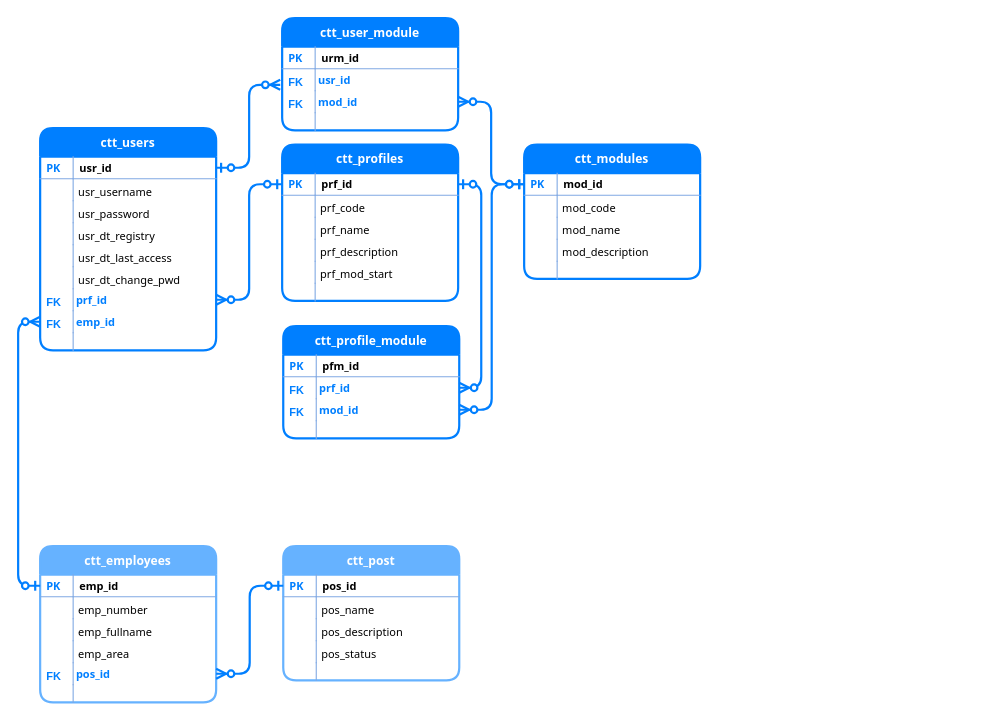
Earlier version of the draw.io diagram _desarrollo/archivos_info/CTTRentals entidad relacion.drawio (juarezjorr/TesteoCire). Source tidied: cells renumbered, new cells numbered last; positions are measured from the earlier drawing's top-left corner, leaving out a move shared by most shapes. Both pictures are drawn from the tidied source at 110%, with x=0, y=0 at pixel (40, 18).
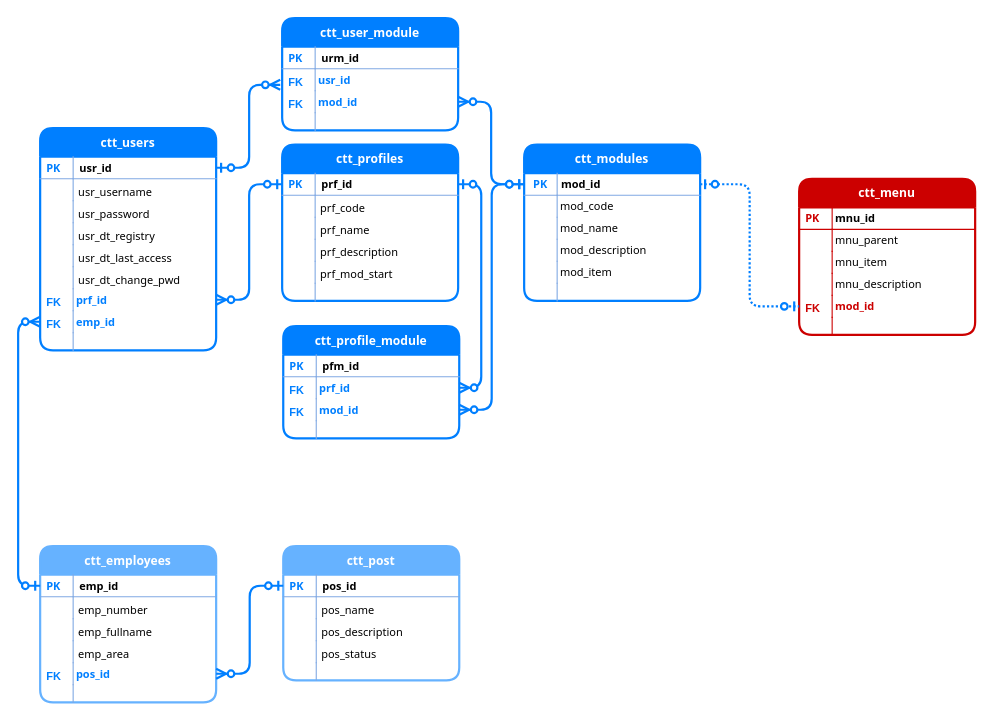
The same diagram, later.

Commit message:
diagrama entidad-relacion

What changed in the source:
```diff
@@
     <mxCell id="34" value="ctt_modules" style="swimlane;fontStyle=1;horizontal=1;startSize=26;fillColor=#007FFF;swimlaneFillColor=#ffffff;align=center;fontSize=11;strokeColor=#007FFF;strokeWidth=2;rounded=1;fontColor=#FFFFFF;fontFamily=Tahoma;" parent="1" vertex="1">
-      <mxGeometry x="440" y="115" width="160" height="122" as="geometry" />
+      <mxGeometry x="440" y="115" width="160" height="142" as="geometry" />
     </mxCell>
-    <mxCell id="35" value="mod_id" style="shape=partialRectangle;top=0;left=0;right=0;bottom=1;align=left;verticalAlign=middle;fillColor=none;spacingLeft=34;spacingRight=4;overflow=hidden;points=[[0,0.5],[1,0.5]];portConstraint=eastwest;fontStyle=1;fontSize=10;fontFamily=Tahoma;strokeColor=#80A9E3;" parent="34" vertex="1">
+    <mxCell id="35" value="mod_id" style="shape=partialRectangle;top=0;left=0;right=0;bottom=1;align=left;verticalAlign=middle;fillColor=none;spacingLeft=34;spacingRight=4;overflow=hidden;points=[[0,0.5],[1,0.5]];portConstraint=eastwest;fontStyle=1;fontSize=10;fontFamily=Tahoma;strokeColor=#80A9E3;spacing=0;" parent="34" vertex="1">
       <mxGeometry y="26" width="160" height="20" as="geometry" />
     </mxCell>
-    <mxCell id="36" value="PK" style="shape=partialRectangle;top=0;left=0;bottom=0;fillColor=none;align=left;verticalAlign=middle;spacingLeft=4;spacingRight=4;overflow=hidden;fontSize=10;fontFamily=Tahoma;fontStyle=1;fontColor=#007FFF;strokeColor=#80A9E3;" parent="35" vertex="1">
+    <mxCell id="36" value="PK" style="shape=partialRectangle;top=0;left=0;bottom=0;fillColor=none;align=center;verticalAlign=middle;spacingLeft=0;spacingRight=0;overflow=hidden;fontSize=10;fontFamily=Tahoma;fontStyle=1;fontColor=#007FFF;strokeColor=#80A9E3;spacing=3;" parent="35" vertex="1">
       <mxGeometry width="30" height="20" as="geometry" />
     </mxCell>
-    <mxCell id="37" value="mod_code" style="shape=partialRectangle;top=0;left=0;right=0;bottom=0;align=left;verticalAlign=top;fillColor=none;spacingLeft=33;spacingRight=3;overflow=hidden;fontSize=10;fontFamily=Tahoma;spacing=2;dashed=1;strokeColor=#80A9E3;" parent="34" vertex="1">
+    <mxCell id="37" value="mod_code" style="shape=partialRectangle;top=0;left=0;right=0;bottom=0;align=left;verticalAlign=top;fillColor=none;spacingLeft=33;spacingRight=3;overflow=hidden;fontSize=10;fontFamily=Tahoma;spacing=0;dashed=1;strokeColor=#80A9E3;" parent="34" vertex="1">
       <mxGeometry y="46" width="160" height="20" as="geometry" />
     </mxCell>
@@
-    <mxCell id="39" value="mod_name" style="shape=partialRectangle;top=0;left=0;right=0;bottom=0;align=left;verticalAlign=top;fillColor=none;spacingLeft=33;spacingRight=3;overflow=hidden;fontSize=10;fontFamily=Tahoma;spacing=2;strokeColor=#80A9E3;dashed=1;" parent="34" vertex="1">
+    <mxCell id="39" value="mod_name" style="shape=partialRectangle;top=0;left=0;right=0;bottom=0;align=left;verticalAlign=top;fillColor=none;spacingLeft=33;spacingRight=3;overflow=hidden;fontSize=10;fontFamily=Tahoma;spacing=0;strokeColor=#80A9E3;dashed=1;" parent="34" vertex="1">
       <mxGeometry y="66" width="160" height="20" as="geometry" />
     </mxCell>
@@
-    <mxCell id="41" value="mod_description" style="shape=partialRectangle;top=0;left=0;right=0;bottom=0;align=left;verticalAlign=top;fillColor=none;spacingLeft=33;spacingRight=3;overflow=hidden;fontSize=10;fontFamily=Tahoma;spacing=2;" parent="34" vertex="1">
+    <mxCell id="41" value="mod_description" style="shape=partialRectangle;top=0;left=0;right=0;bottom=0;align=left;verticalAlign=top;fillColor=none;spacingLeft=33;spacingRight=3;overflow=hidden;fontSize=10;fontFamily=Tahoma;spacing=0;" parent="34" vertex="1">
       <mxGeometry y="86" width="160" height="20" as="geometry" />
     </mxCell>
@@
+    <mxCell id="94" value="mod_item" style="shape=partialRectangle;top=0;left=0;right=0;bottom=0;align=left;verticalAlign=top;fillColor=none;spacingLeft=33;spacingRight=3;overflow=hidden;fontSize=10;fontFamily=Tahoma;spacing=0;" parent="34" vertex="1">
+      <mxGeometry y="106" width="160" height="20" as="geometry" />
+    </mxCell>
+    <mxCell id="95" style="shape=partialRectangle;top=0;left=0;bottom=0;fillColor=none;align=left;verticalAlign=top;spacingLeft=4;spacingRight=4;overflow=hidden;fontSize=12;strokeColor=#80A9E3;" parent="94" vertex="1">
+      <mxGeometry width="30" height="20" as="geometry" />
+    </mxCell>
     <mxCell id="43" style="shape=partialRectangle;top=0;left=0;right=0;bottom=0;align=left;verticalAlign=top;fillColor=none;spacingLeft=33;spacingRight=3;overflow=hidden;fontSize=10;fontFamily=Tahoma;spacing=2;" parent="34" vertex="1">
-      <mxGeometry y="106" width="160" height="16" as="geometry" />
+      <mxGeometry y="126" width="160" height="16" as="geometry" />
     </mxCell>
@@
+    <mxCell id="96" value="ctt_menu" style="swimlane;fontStyle=1;horizontal=1;startSize=26;fillColor=#CC0000;swimlaneFillColor=#ffffff;align=center;fontSize=11;strokeColor=#CC0000;strokeWidth=2;rounded=1;fontColor=#FFFFFF;fontFamily=Tahoma;" parent="1" vertex="1">
+      <mxGeometry x="690" y="146" width="160" height="142" as="geometry" />
+    </mxCell>
+    <mxCell id="97" value="mnu_id" style="shape=partialRectangle;top=0;left=0;right=0;bottom=1;align=left;verticalAlign=middle;fillColor=none;spacingLeft=33;spacingRight=4;overflow=hidden;fontStyle=1;fontSize=10;fontFamily=Tahoma;strokeColor=#CC0000;spacing=0;" parent="96" vertex="1">
+      <mxGeometry y="26" width="160" height="20" as="geometry" />
+    </mxCell>
+    <mxCell id="98" value="PK" style="shape=partialRectangle;top=0;left=0;bottom=0;fillColor=none;align=left;verticalAlign=middle;spacingLeft=4;spacingRight=4;overflow=hidden;fontSize=10;fontFamily=Tahoma;fontStyle=1;fontColor=#CC0000;strokeColor=#CC0000;" parent="97" vertex="1">
+      <mxGeometry width="30" height="20" as="geometry" />
+    </mxCell>
+    <mxCell id="99" value="mnu_parent" style="shape=partialRectangle;top=0;left=0;right=0;bottom=0;align=left;verticalAlign=top;fillColor=none;spacingLeft=33;spacingRight=3;overflow=hidden;fontSize=10;fontFamily=Tahoma;spacing=0;strokeColor=#80A9E3;dashed=1;" parent="96" vertex="1">
+      <mxGeometry y="46" width="160" height="20" as="geometry" />
+    </mxCell>
+    <mxCell id="100" style="shape=partialRectangle;top=0;left=0;bottom=0;fillColor=none;align=left;verticalAlign=top;spacingLeft=4;spacingRight=4;overflow=hidden;fontSize=12;strokeColor=#CC0000;" parent="99" vertex="1">
+      <mxGeometry width="30" height="20" as="geometry" />
+    </mxCell>
+    <mxCell id="101" value="mnu_item" style="shape=partialRectangle;top=0;left=0;right=0;bottom=0;align=left;verticalAlign=top;fillColor=none;spacingLeft=33;spacingRight=3;overflow=hidden;fontSize=10;fontFamily=Tahoma;spacing=0;strokeColor=#80A9E3;dashed=1;" parent="96" vertex="1">
+      <mxGeometry y="66" width="160" height="20" as="geometry" />
+    </mxCell>
+    <mxCell id="102" style="shape=partialRectangle;top=0;left=0;bottom=0;fillColor=none;align=left;verticalAlign=top;spacingLeft=4;spacingRight=4;overflow=hidden;fontSize=12;strokeColor=#CC0000;" parent="101" vertex="1">
+      <mxGeometry width="30" height="20" as="geometry" />
+    </mxCell>
+    <mxCell id="103" value="mnu_description" style="shape=partialRectangle;top=0;left=0;right=0;bottom=0;align=left;verticalAlign=top;fillColor=none;spacingLeft=33;spacingRight=3;overflow=hidden;fontSize=10;fontFamily=Tahoma;spacing=0;strokeColor=#80A9E3;dashed=1;" parent="96" vertex="1">
+      <mxGeometry y="86" width="160" height="20" as="geometry" />
+    </mxCell>
+    <mxCell id="104" style="shape=partialRectangle;top=0;left=0;bottom=0;fillColor=none;align=left;verticalAlign=top;spacingLeft=4;spacingRight=4;overflow=hidden;fontSize=12;strokeColor=#CC0000;" parent="103" vertex="1">
+      <mxGeometry width="30" height="20" as="geometry" />
+    </mxCell>
+    <mxCell id="105" value="mod_id" style="shape=partialRectangle;top=0;left=0;right=0;bottom=0;align=left;verticalAlign=top;fillColor=none;spacingLeft=33;spacingRight=3;overflow=hidden;points=[[0,0.5],[1,0.5]];portConstraint=eastwest;fontSize=10;fontFamily=Tahoma;spacing=0;fontStyle=1;fontColor=#CC0000;" parent="96" vertex="1">
+      <mxGeometry y="106" width="160" height="20" as="geometry" />
+    </mxCell>
+    <mxCell id="106" value="FK" style="shape=partialRectangle;top=0;left=0;bottom=0;fillColor=none;align=left;verticalAlign=top;spacingLeft=4;spacingRight=4;overflow=hidden;fontSize=10;strokeColor=#CC0000;fontColor=#CC0000;fontStyle=1;" parent="105" vertex="1">
+      <mxGeometry width="30" height="20" as="geometry" />
+    </mxCell>
+    <mxCell id="107" style="shape=partialRectangle;top=0;left=0;right=0;bottom=0;align=left;verticalAlign=top;fillColor=none;spacingLeft=33;spacingRight=3;overflow=hidden;fontSize=10;fontFamily=Tahoma;spacing=2;" parent="96" vertex="1">
+      <mxGeometry y="126" width="160" height="16" as="geometry" />
+    </mxCell>
+    <mxCell id="108" style="shape=partialRectangle;top=0;left=0;bottom=0;fillColor=none;align=left;verticalAlign=top;spacingLeft=4;spacingRight=4;overflow=hidden;fontSize=12;strokeColor=#CC0000;" parent="107" vertex="1">
+      <mxGeometry width="30" height="16" as="geometry" />
+    </mxCell>
+    <mxCell id="109" style="edgeStyle=orthogonalEdgeStyle;rounded=1;jettySize=auto;html=1;entryX=0;entryY=0.5;entryDx=0;entryDy=0;fontColor=#007FFF;fontFamily=Tahoma;fontSize=10;strokeColor=#007FFF;strokeWidth=2;endFill=1;endArrow=ERzeroToOne;startFill=1;startArrow=ERzeroToOne;dashed=1;dashPattern=1 1;" parent="1" edge="1" source="35" target="105">
+      <mxGeometry relative="1" as="geometry" />
+    </mxCell>
```
